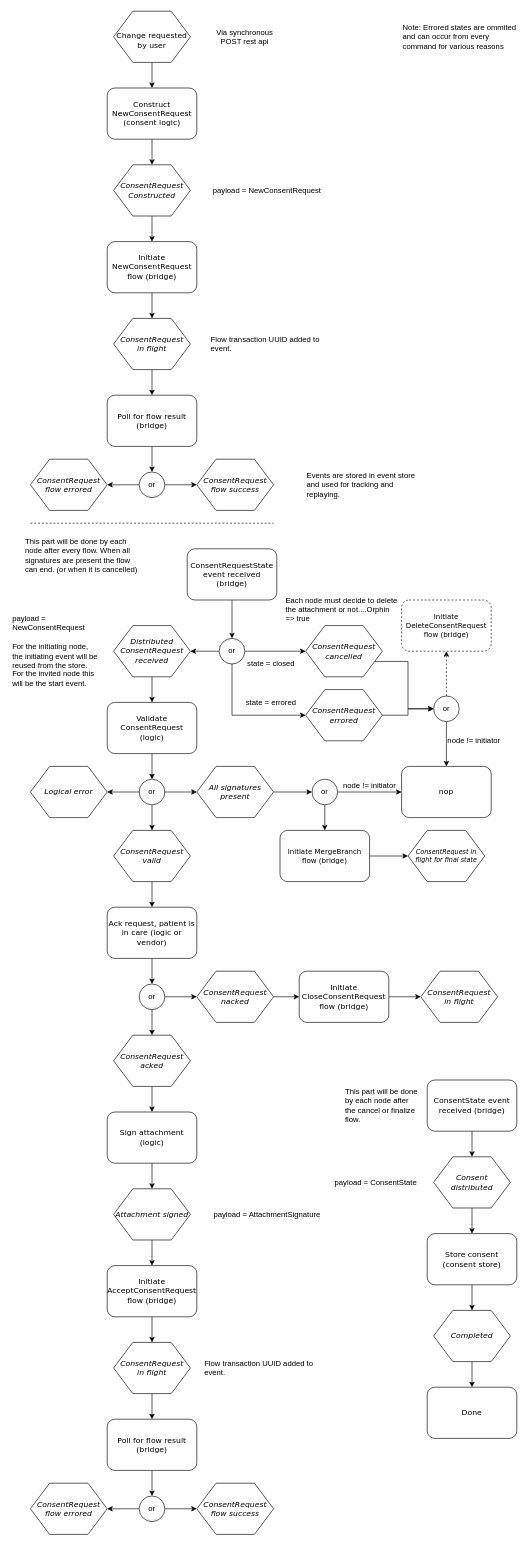
Above: docs/_static/images/Nuts consent request flow.drawio in nuts-foundation/nuts-event-octopus (draw.io), before the change. Source tidied: cells renumbered, new cells numbered last; positions are measured from the earlier drawing's top-left corner, leaving out a move shared by most shapes. Both pictures are drawn from the tidied source at 64%, with x=0, y=0 at pixel (11, 11).
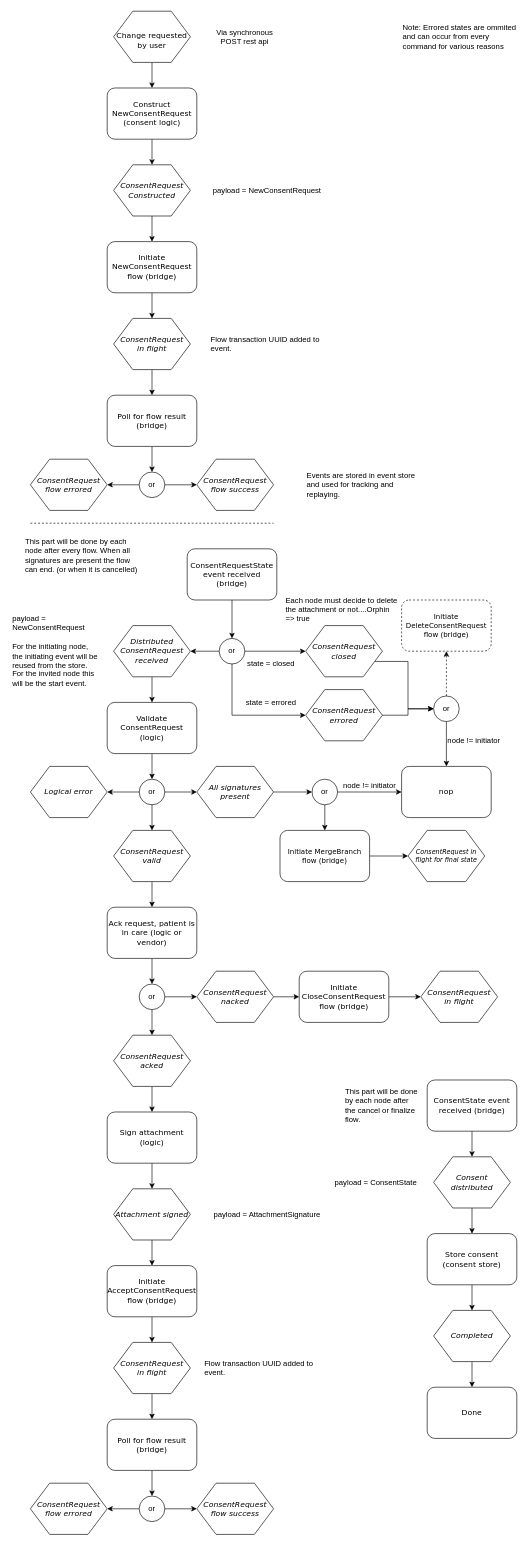
The same diagram, later.

Change to the diagram source:
```diff
@@
-    <mxCell id="97" value="&lt;i&gt;ConsentRequest cancelled&lt;br&gt;&lt;/i&gt;" style="shape=hexagon;perimeter=hexagonPerimeter;whiteSpace=wrap;html=1;rounded=0;shadow=0;labelBackgroundColor=none;strokeColor=#000000;strokeWidth=1;fillColor=#ffffff;fontFamily=Verdana;fontSize=12;fontColor=#000000;align=center;" parent="1" vertex="1">
+    <mxCell id="97" value="&lt;i&gt;ConsentRequest closed&lt;br&gt;&lt;/i&gt;" style="shape=hexagon;perimeter=hexagonPerimeter;whiteSpace=wrap;html=1;rounded=0;shadow=0;labelBackgroundColor=none;strokeColor=#000000;strokeWidth=1;fillColor=#ffffff;fontFamily=Verdana;fontSize=12;fontColor=#000000;align=center;" parent="1" vertex="1">
       <mxGeometry x="460" y="960" width="120" height="80" as="geometry" />
     </mxCell>
```
